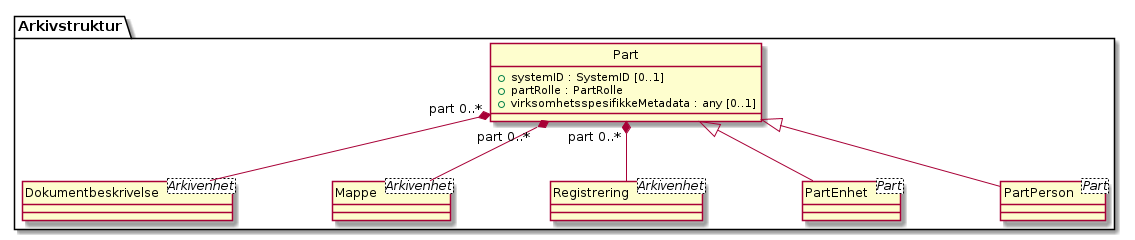
The PlantUML diagram kapitler/media/uml-class-part.png in arkivverket/noark5-tjenestegrensesnitt-standard, before a commit.
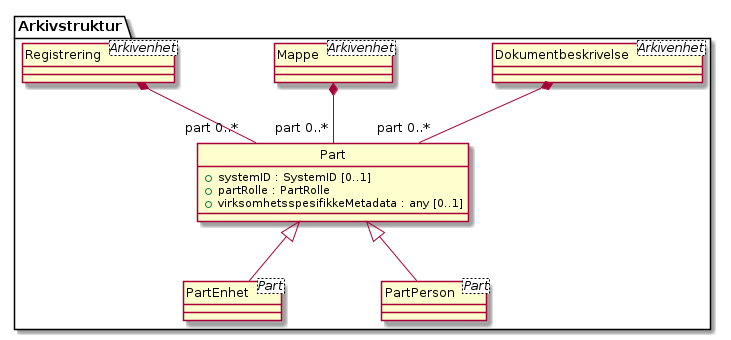
Above is the later version.

Change to the diagram source:
```diff
@@ -8,17 +8,17 @@
 }
 class Arkivstruktur.Dokumentbeskrivelse <Arkivenhet> {
 }
-Arkivstruktur.Part "part 0..*" *-- Arkivstruktur.Dokumentbeskrivelse
+Arkivstruktur.Dokumentbeskrivelse *-- "part 0..*" Arkivstruktur.Part
 class Arkivstruktur.Mappe <Arkivenhet> {
 }
-Arkivstruktur.Part "part 0..*" *-- Arkivstruktur.Mappe
-class Arkivstruktur.Registrering <Arkivenhet> {
-}
-Arkivstruktur.Part "part 0..*" *-- Arkivstruktur.Registrering
+Arkivstruktur.Mappe *-- "part 0..*" Arkivstruktur.Part
 class Arkivstruktur.PartEnhet <Part> {
 }
 Arkivstruktur.Part <|-- Arkivstruktur.PartEnhet
 class Arkivstruktur.PartPerson <Part> {
 }
 Arkivstruktur.Part <|-- Arkivstruktur.PartPerson
+class Arkivstruktur.Registrering <Arkivenhet> {
+}
+Arkivstruktur.Registrering *-- "part 0..*" Arkivstruktur.Part
 @enduml
```
